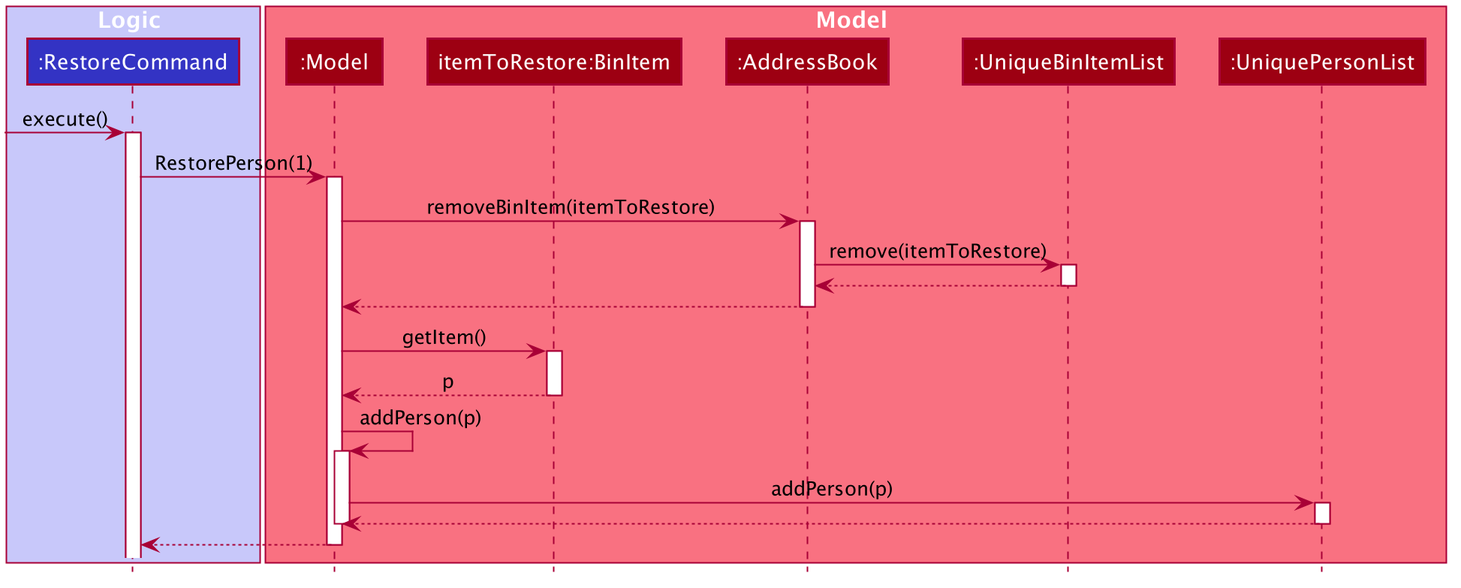
Earlier version of the PlantUML export docs/images/RestoreSequenceDiagram.png (nus-cs2103-AY1920S1/addressbook-level3).
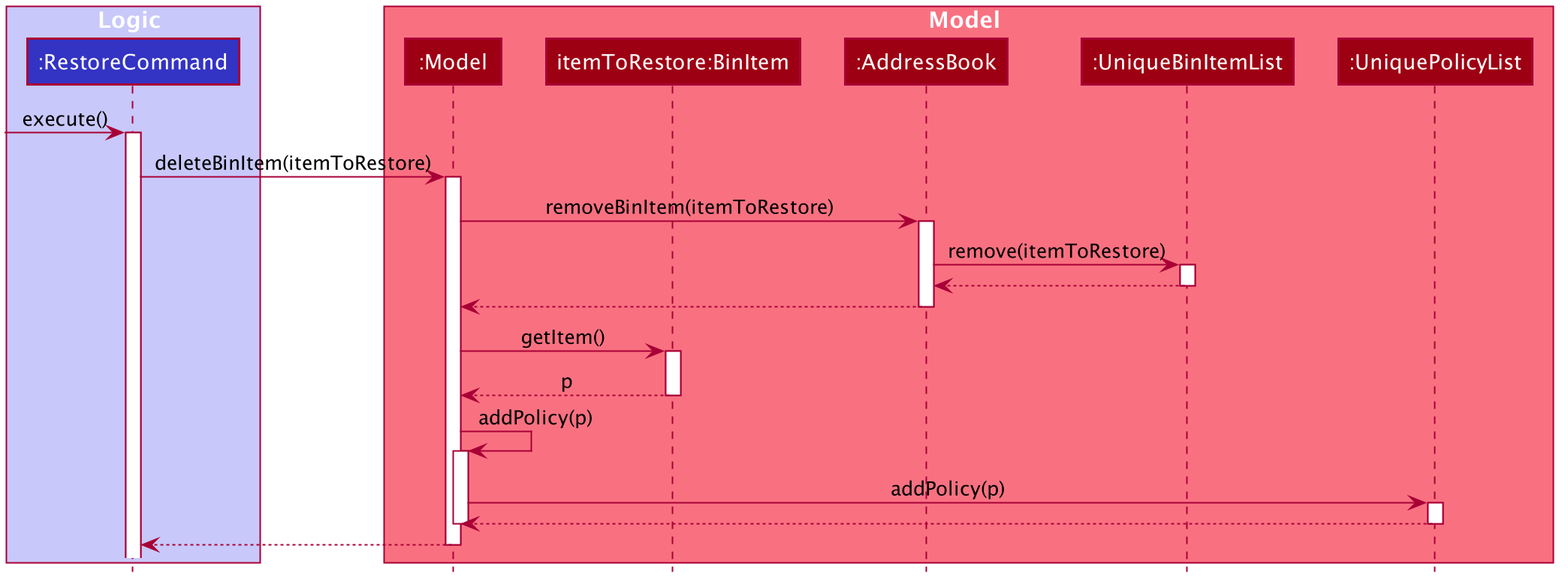
Above is the later version.

Commit message:
Add bin activity diagram and change bin sequence diagram

Diff of the diagram source:
```diff
@@ -57,13 +57,13 @@
 participant "itemToRestore:BinItem" as BinItem #9D0012
 participant ":AddressBook" as AddressBook #9D0012
 participant ":UniqueBinItemList" as UniqueBinItemList #9D0012
-participant ":UniquePersonList" as UniquePersonList #9D0012
+participant ":UniquePolicyList" as UniquePolicyList #9D0012
 end box
 
 [-> RestoreCommand : execute()
 activate RestoreCommand
 
-RestoreCommand -> Model : RestorePerson(1)
+RestoreCommand -> Model : deleteBinItem(itemToRestore)
 activate Model
 
 Model -> AddressBook : removeBinItem(itemToRestore)
@@ -84,14 +84,14 @@
 BinItem --> Model : p
 deactivate BinItem
 
-Model -> Model : addPerson(p)
+Model -> Model : addPolicy(p)
 activate Model
 
-Model -> UniquePersonList : addPerson(p)
-activate UniquePersonList
+Model -> UniquePolicyList : addPolicy(p)
+activate UniquePolicyList
 
-UniquePersonList --> Model
-deactivate UniquePersonList
+UniquePolicyList --> Model
+deactivate UniquePolicyList
 deactivate Model
 
 Model --> RestoreCommand
```
